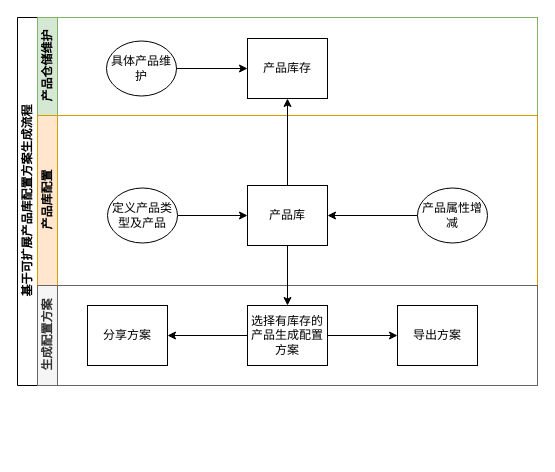
sjxbg/xmindfile keeps this draw.io diagram as 产品库联动报价方案.drawio. Above is the earlier version. Source tidied: cells renumbered, new cells numbered last; positions are measured from the earlier drawing's top-left corner, leaving out a move shared by most shapes. Both pictures are drawn from the tidied source at 100%, with x=0, y=0 at pixel (17, 17).
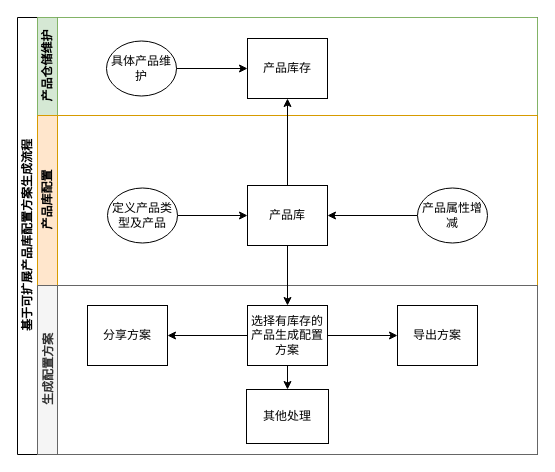
The same diagram, later.

Commit message (it also covers changes not shown here):
更新产品库联动报价方案.drawio

The change refers to these unchanged cells:
```xml
<mxCell id="16" value="选择有库存的产品生成配置方案" style="rounded=0;whiteSpace=wrap;html=1;fontFamily=Helvetica;fontSize=12;fontColor=#000000;align=center;" parent="13" vertex="1">
  <mxGeometry x="210" y="20" width="80" height="60" as="geometry" />
</mxCell>
```

What changed in the source:
```diff
@@
     <mxCell id="2" value="基于可扩展产品库配置方案生成流程" style="swimlane;html=1;horizontal=0;startSize=20;fontFamily=Helvetica;" parent="1" vertex="1">
-      <mxGeometry width="520" height="368" as="geometry" />
+      <mxGeometry width="520" height="437" as="geometry" />
     </mxCell>
@@
     <mxCell id="13" value="生成配置方案" style="swimlane;html=1;startSize=20;horizontal=0;fillColor=#f5f5f5;fontColor=#333333;strokeColor=#666666;fontFamily=Helvetica;" parent="2" vertex="1">
-      <mxGeometry x="20" y="268" width="500" height="100" as="geometry" />
+      <mxGeometry x="20" y="268" width="500" height="169" as="geometry" />
     </mxCell>
@@
+    <mxCell id="21" value="其他处理" style="whiteSpace=wrap;html=1;fontColor=#000000;rounded=0;" parent="13" vertex="1">
+      <mxGeometry x="209" y="104" width="82" height="54" as="geometry" />
+    </mxCell>
+    <mxCell id="22" style="edgeStyle=orthogonalEdgeStyle;rounded=0;jettySize=auto;html=1;" parent="13" edge="1" source="16" target="21">
+      <mxGeometry relative="1" as="geometry" />
+    </mxCell>
```
